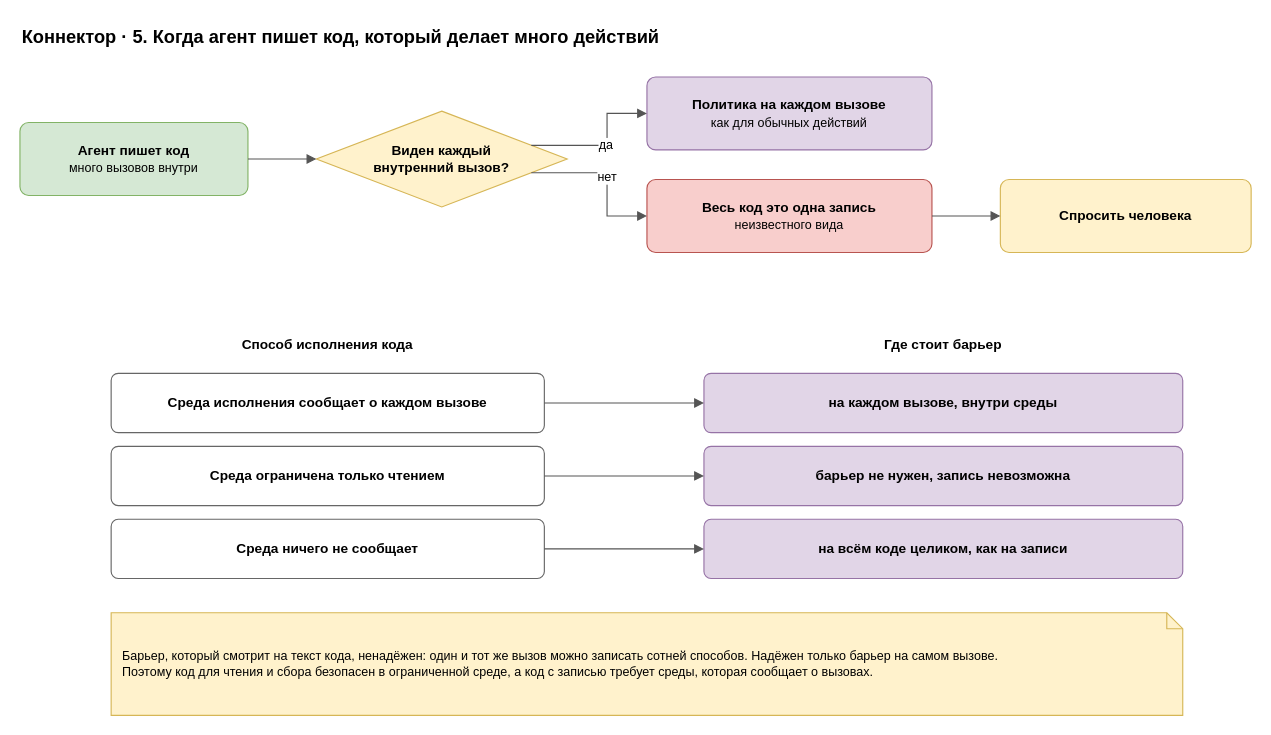
roygkov/reins keeps this draw.io diagram as page "5. Составные действия" (5 of 6) of docs/spec/harness-connector.drawio. Above is the earlier version. Source tidied: cells renumbered, new cells numbered last; positions are measured from the earlier drawing's top-left corner, leaving out a move shared by most shapes. Both pictures are drawn from the tidied source at 114%, with x=0, y=0 at pixel (19, 19).
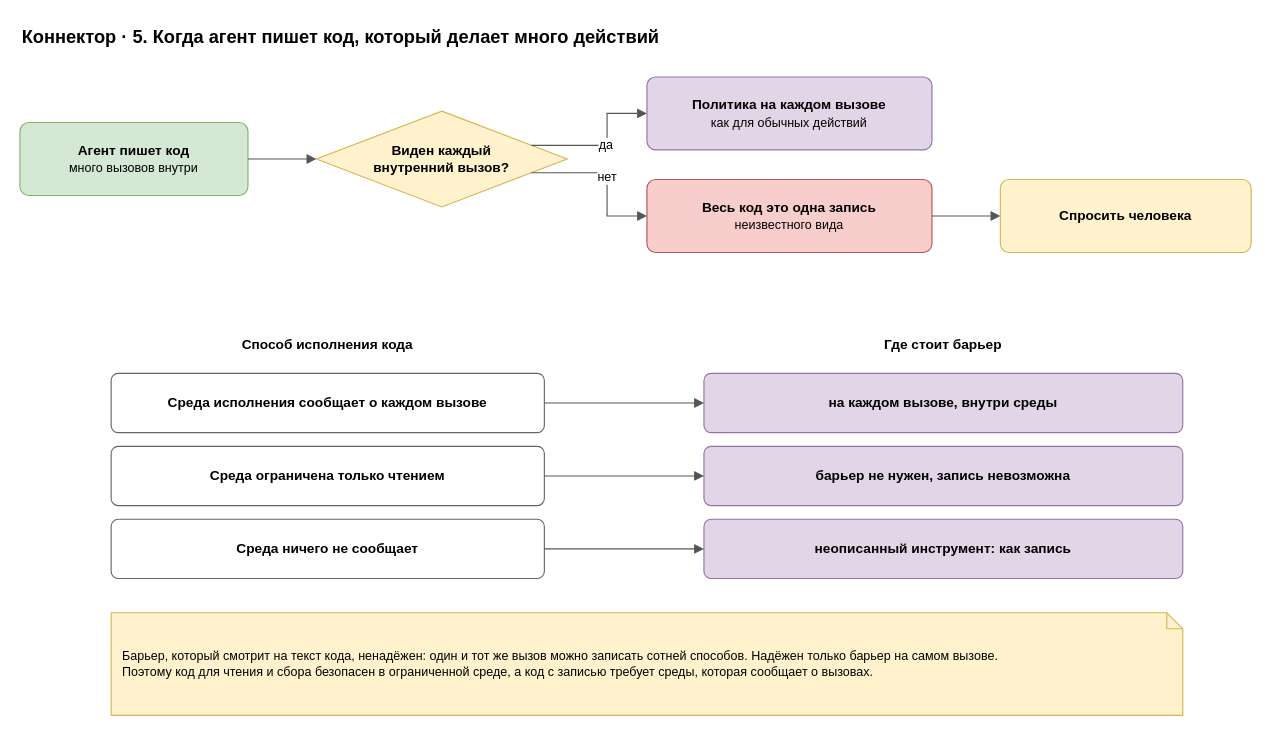
After the change.

What changed in the source:
```diff
@@
-    <mxCell id="21" value="&lt;b&gt;на всём коде целиком, как на записи&lt;/b&gt;" style="rounded=1;whiteSpace=wrap;html=1;fillColor=#e1d5e7;strokeColor=#9673a6;arcSize=12;" parent="1" vertex="1">
+    <mxCell id="21" value="&lt;b&gt;неописанный инструмент: как запись&lt;/b&gt;" style="rounded=1;whiteSpace=wrap;html=1;fillColor=#e1d5e7;strokeColor=#9673a6;arcSize=12;" parent="1" vertex="1">
       <mxGeometry x="600" y="438" width="420" height="52" as="geometry" />
     </mxCell>
```
